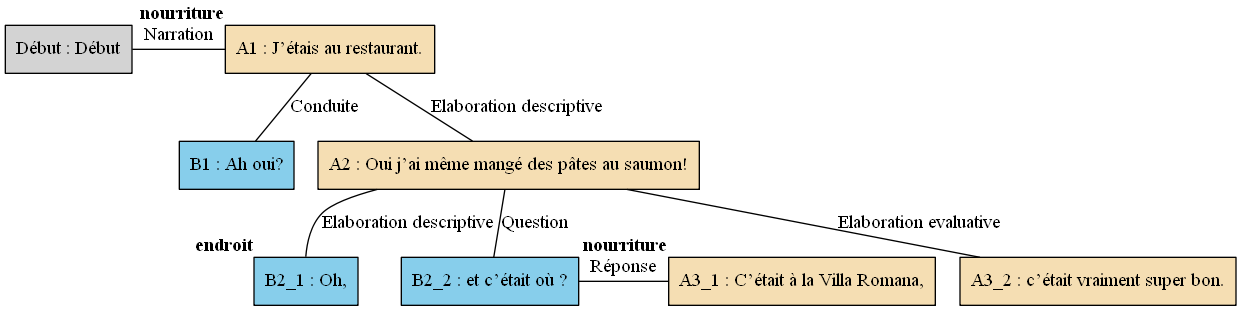
The Graphviz diagram arbres/Bac_a_sable/Bac_a_sable_-_A13.gv.png in AlaixComet/AnnotationSlamPTut, before a commit. Its source is kept beside it as arbres/Bac_a_sable/Bac_a_sable_-_A13.gv.
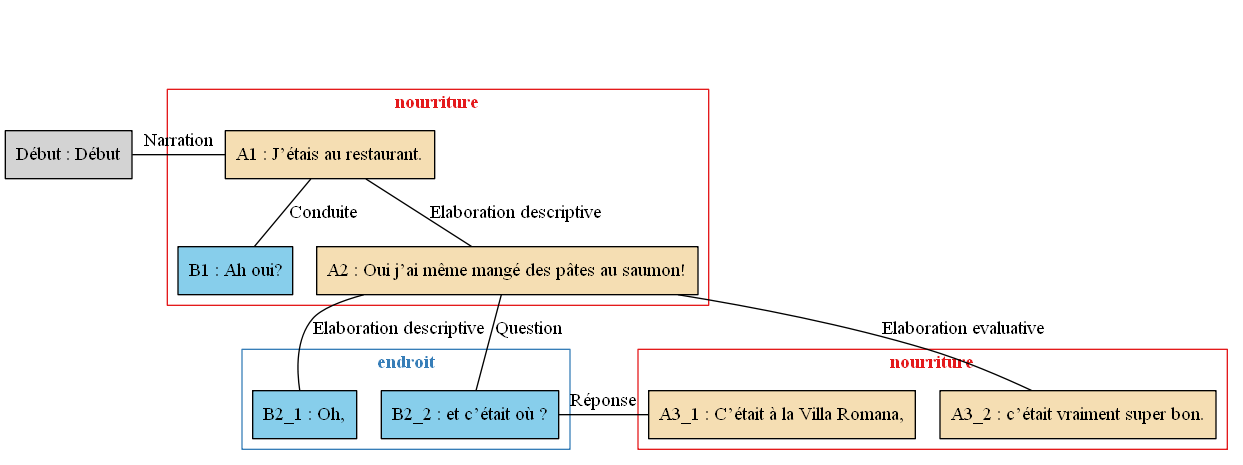
The same file after the commit.

Diff of the diagram source:
```diff
@@ -1,28 +1,48 @@
 digraph A13 {
 	node [shape=box style=filled]
-	"Début" [label="Début : Début" xlabel=""]
-	A1 [label="A1 : J’étais au restaurant." fillcolor=wheat xlabel=<<B>nourriture</B>>]
-	B1 [label="B1 : Ah oui?" fillcolor=skyblue xlabel=""]
-	A2 [label="A2 : Oui j’ai même mangé des pâtes au saumon!" fillcolor=wheat xlabel=""]
-	B2_1 [label="B2_1 : Oh," fillcolor=skyblue xlabel=<<B>endroit</B>>]
-	B2_2 [label="B2_2 : et c’était où ?" fillcolor=skyblue xlabel=""]
-	A3_1 [label="A3_1 : C’était à la Villa Romana," fillcolor=wheat xlabel=<<B>nourriture</B>>]
-	A3_2 [label="A3_2 : c’était vraiment super bon." fillcolor=wheat xlabel=""]
-	{
-		rank=same
-		"Début"
+	newrank=true
+	zero [style=invis]
+	"Début" [label="Début : Début"]
+	A1 [label="A1 : J’étais au restaurant." fillcolor=wheat]
+	B1 [label="B1 : Ah oui?" fillcolor=skyblue]
+	A2 [label="A2 : Oui j’ai même mangé des pâtes au saumon!" fillcolor=wheat]
+	B2_1 [label="B2_1 : Oh," fillcolor=skyblue]
+	B2_2 [label="B2_2 : et c’était où ?" fillcolor=skyblue]
+	A3_1 [label="A3_1 : C’était à la Villa Romana," fillcolor=wheat]
+	A3_2 [label="A3_2 : c’était vraiment super bon." fillcolor=wheat]
+	zero -> "Début" [label="" style=invis]
+	zero -> A1 [style=invis weight=1]
+	"Début" -> A1 [label=Narration constraint=false dir=none]
+	A1 -> B1 [label=Conduite dir=none weight=2]
+	A1 -> A2 [label="Elaboration descriptive" dir=none weight=2]
+	A2 -> B2_1 [label="Elaboration descriptive" dir=none weight=2]
+	A2 -> B2_2 [label=Question dir=none weight=2]
+	A2 -> A3_1 [style=invis weight=1]
+	B2_2 -> A3_1 [label="Réponse" constraint=false dir=none]
+	A2 -> A3_2 [label="Elaboration evaluative" dir=none weight=2]
+	subgraph cluster_1 {
+		label=<<B>nourriture</B>>
+		colorscheme=set19
+		color=1
+		fontcolor=1
 		A1
-		"Début" -> A1 [label=Narration dir=none]
+		B1
+		A2
 	}
-	A1 -> B1 [label=Conduite dir=none]
-	A1 -> A2 [label="Elaboration descriptive" dir=none]
-	A2 -> B2_1 [label="Elaboration descriptive" dir=none]
-	A2 -> B2_2 [label=Question dir=none]
-	{
-		rank=same
+	subgraph cluster_2 {
+		label=<<B>endroit</B>>
+		colorscheme=set19
+		color=2
+		fontcolor=2
+		B2_1
 		B2_2
+	}
+	subgraph cluster_3 {
+		label=<<B>nourriture</B>>
+		colorscheme=set19
+		color=1
+		fontcolor=1
 		A3_1
-		B2_2 -> A3_1 [label="Réponse" dir=none]
+		A3_2
 	}
-	A2 -> A3_2 [label="Elaboration evaluative" dir=none]
 }
```
